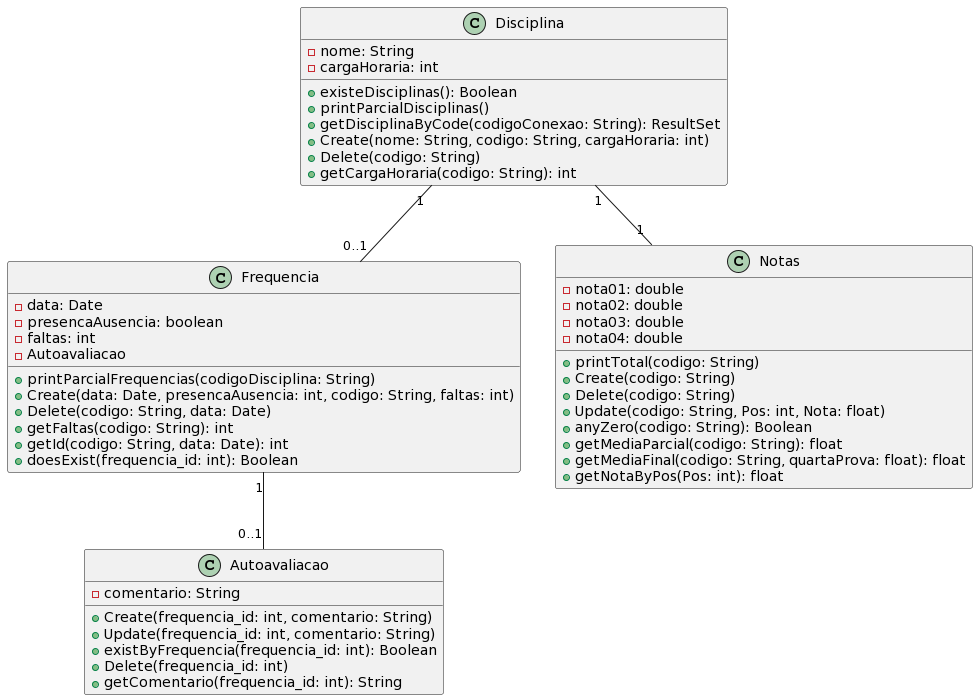
Before: TesteDeSoftware/Diagrama de Classes.png, a diagram exported from PlantUML (Ataky-0/academic-attendance-manager). Its diagram source:
```plantuml
@startuml
class Disciplina {
  - nome: String
  - cargaHoraria: int
  + existeDisciplinas(): Boolean
  + printParcialDisciplinas()
  + getDisciplinaByCode(codigoConexao: String): ResultSet
  + Create(nome: String, codigo: String, cargaHoraria: int)
  + Delete(codigo: String)
  + getCargaHoraria(codigo: String): int
}

class Frequencia {
  - data: Date
  - presencaAusencia: boolean
  - faltas: int
  + printParcialFrequencias(codigoDisciplina: String)
  + Create(data: Date, presencaAusencia: int, codigo: String, faltas: int)
  + Delete(codigo: String, data: Date)
  + getFaltas(codigo: String): int
  + getId(codigo: String, data: Date): int
  + doesExist(frequencia_id: int): Boolean
  - Autoavaliacao
}

class Autoavaliacao {
  - comentario: String
  + Create(frequencia_id: int, comentario: String)
  + Update(frequencia_id: int, comentario: String)
  + existByFrequencia(frequencia_id: int): Boolean
  + Delete(frequencia_id: int)
  + getComentario(frequencia_id: int): String
}

class Notas {
  - nota01: double
  - nota02: double
  - nota03: double
  - nota04: double
  + printTotal(codigo: String)
  + Create(codigo: String)
  + Delete(codigo: String)
  + Update(codigo: String, Pos: int, Nota: float)
  + anyZero(codigo: String): Boolean
  + getMediaParcial(codigo: String): float
  + getMediaFinal(codigo: String, quartaProva: float): float
  + getNotaByPos(Pos: int): float
}

Frequencia "1" -- "0..1" Autoavaliacao
Disciplina "1" -- "0..1" Frequencia
Disciplina "1" -- "1" Notas
@enduml
```
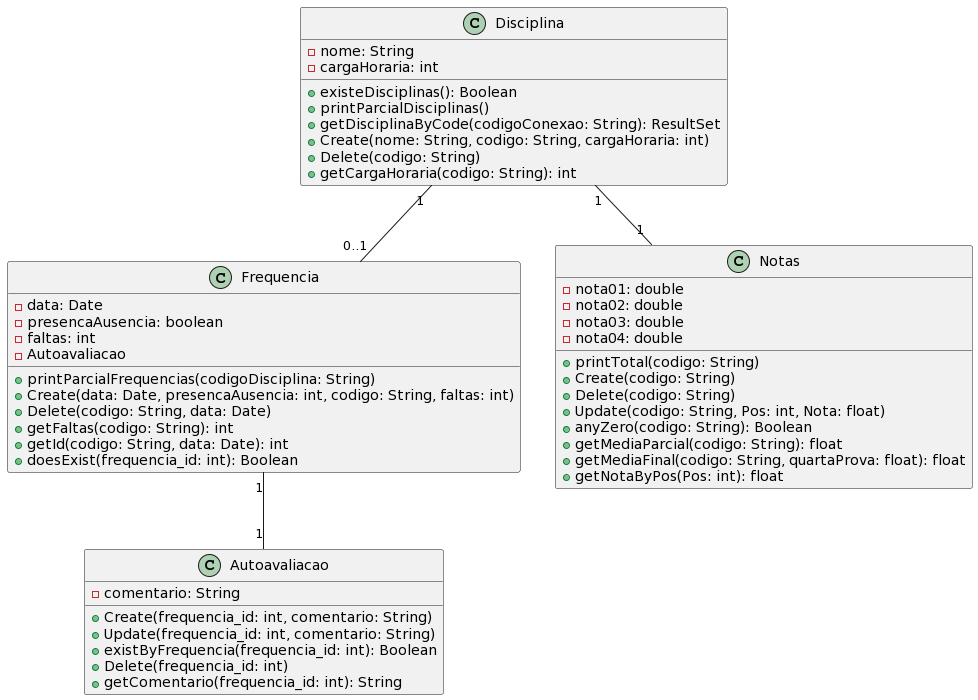
Later version of the same file.

Commit message:
Correção de cardinalidade

What changed in the source:
```diff
@@ -47,7 +47,7 @@
   + getNotaByPos(Pos: int): float
 }
 
-Frequencia "1" -- "0..1" Autoavaliacao
+Frequencia "1" -- "1" Autoavaliacao
 Disciplina "1" -- "0..1" Frequencia
 Disciplina "1" -- "1" Notas
 @enduml
```
